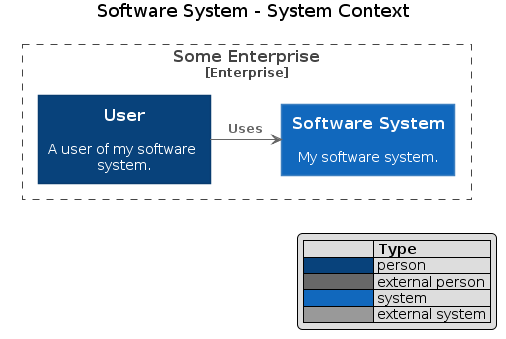
The PlantUML diagram docs/images/c4-plantuml-getting-started.png in structurizr/dotnet-extensions, before a commit.
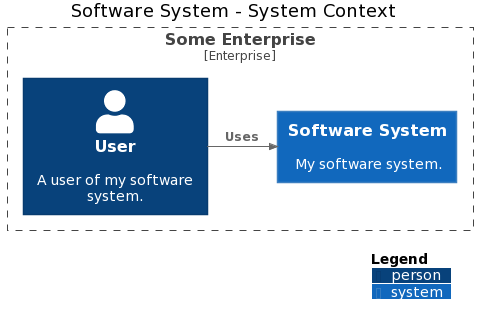
After the commit.

Commit message:
C4PlantUmlWriter: update generated source to new C4PlantUml stdlib v2.2.0 - Update c4-plantuml.md docu

Diff of the diagram source:
```diff
@@ -1,126 +1,13 @@
 @startuml
-
-
-
-
-
-skinparam defaultTextAlignment center
-
-skinparam wrapWidth 200
-skinparam maxMessageSize 150
-
-skinparam rectangle {
-    StereotypeFontSize 12
-    shadowing false
-}
-
-skinparam database {
-    StereotypeFontSize 12
-    shadowing false
-}
-
-skinparam Arrow {
-    Color #666666
-    FontColor #666666
-    FontSize 12
-}
-
-skinparam rectangle<<boundary>> {
-    Shadowing false
-    StereotypeFontSize 0
-    FontColor #444444
-    BorderColor #444444
-    BorderStyle dashed
-}
-
-
-
-
-
-
-
-
-
-
-
-
-
-
-
-
-
-
-
-
-
-
-skinparam rectangle<<person>> {
-    StereotypeFontColor #FFFFFF
-    FontColor #FFFFFF
-    BackgroundColor #08427B
-    BorderColor #073B6F
-}
-
-skinparam rectangle<<external_person>> {
-    StereotypeFontColor #FFFFFF
-    FontColor #FFFFFF
-    BackgroundColor #686868
-    BorderColor #8A8A8A
-}
-
-skinparam rectangle<<system>> {
-    StereotypeFontColor #FFFFFF
-    FontColor #FFFFFF
-    BackgroundColor #1168BD
-    BorderColor #3C7FC0
-}
-
-skinparam rectangle<<external_system>> {
-    StereotypeFontColor #FFFFFF
-    FontColor #FFFFFF
-    BackgroundColor #999999
-    BorderColor #8A8A8A
-}
-
-skinparam database<<system>> {
-    StereotypeFontColor #FFFFFF
-    FontColor #FFFFFF
-    BackgroundColor #1168BD
-    BorderColor #3C7FC0
-}
-
-skinparam database<<external_system>> {
-    StereotypeFontColor #FFFFFF
-    FontColor #FFFFFF
-    BackgroundColor #999999
-    BorderColor #8A8A8A
-}
-
-
-
-
-
-
-
-
-
-
-
+!include <C4/C4_Context>
 
 title Software System - System Context
 
-hide stereotype
-legend right
-|=              |= Type |
-|<#08427B>      | person |
-|<#686868>      | external person |
-|<#1168BD>   | system |
-|<#999999>      | external system |
-endlegend
+Enterprise_Boundary(SomeEnterprise, "Some Enterprise") {
+  System(SoftwareSystem__33c0d9d, "Software System", "My software system.")
+  Person(User__378734a, "User", "A user of my software system.")
+Rel_Right(User__378734a, SoftwareSystem__33c0d9d, "Uses")
+}
 
-rectangle "==Some Enterprise\n<size:12>[Enterprise]</size>" <<boundary>> as SomeEnterprise {
-  rectangle "==Software System\n\n My software system." <<system>> as SoftwareSystem__33c0d9d
-  rectangle "==User\n\n A user of my software system." <<person>> as User__378734a
-User__378734a -RIGHT-> SoftwareSystem__33c0d9d : "===Uses"
-}
+SHOW_LEGEND()
 @enduml
```
